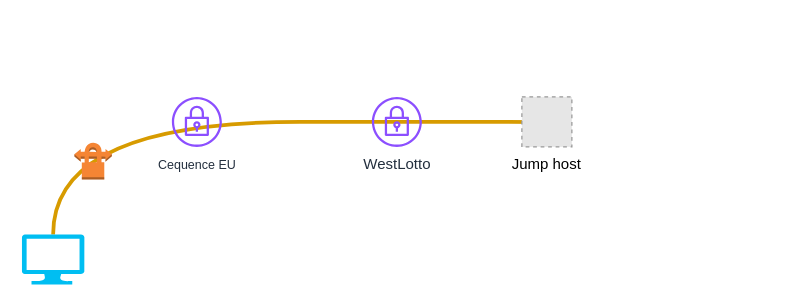
Above: Untitled Diagram.drawio in jacmathew/jacmathew (draw.io), before the change. Source tidied: cells renumbered, new cells numbered last; positions are measured from the earlier drawing's top-left corner, leaving out a move shared by most shapes. Both pictures are drawn from the tidied source at 125%, with x=0, y=0 at pixel (21, 96). Pictures stored in the file or linked from it are replaced by grey dashed boxes.
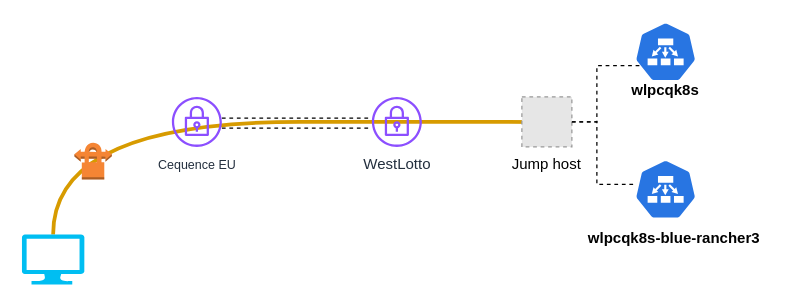
After the change.

Unchanged cells that the change refers to:
```xml
<mxCell id="5" value="Jump host" style="fillColor=#E6E6E6;strokeColor=#999999;dashed=1;verticalLabelPosition=bottom;labelBackgroundColor=default;verticalAlign=top;" parent="1" vertex="1">
  <mxGeometry x="400" width="40" height="40" as="geometry" />
</mxCell>
```

What changed in the source:
```diff
@@
+    <mxCell id="8" style="sketch=0;html=1;dashed=0;whitespace=wrap;fillColor=#2875E2;strokeColor=#ffffff;shape=mxgraph.kubernetes.icon2;prIcon=ep;" parent="1" vertex="1">
+      <mxGeometry x="490" y="-60" width="50" height="48" as="geometry" />
+    </mxCell>
+    <mxCell id="9" style="sketch=0;html=1;dashed=0;whitespace=wrap;fillColor=#2875E2;strokeColor=#ffffff;points=[[0.005,0.63,0],[0.1,0.2,0],[0.9,0.2,0],[0.5,0,0],[0.995,0.63,0],[0.72,0.99,0],[0.5,1,0],[0.28,0.99,0]];shape=mxgraph.kubernetes.icon2;prIcon=ep;" parent="1" vertex="1">
+      <mxGeometry x="490" y="50" width="50" height="48" as="geometry" />
+    </mxCell>
+    <mxCell id="10" value="&lt;b&gt;wlpcqk8s&lt;/b&gt;" style="text;html=1;align=center;verticalAlign=middle;whiteSpace=wrap;rounded=0;" parent="1" vertex="1">
+      <mxGeometry x="485" y="-20" width="60" height="30" as="geometry" />
+    </mxCell>
+    <mxCell id="11" value="&lt;b&gt;wlpcqk8s-blue-rancher3&lt;/b&gt;" style="text;html=1;align=center;verticalAlign=middle;whiteSpace=wrap;rounded=0;" parent="1" vertex="1">
+      <mxGeometry x="450" y="98" width="144" height="30" as="geometry" />
+    </mxCell>
+    <mxCell id="12" style="edgeStyle=orthogonalEdgeStyle;rounded=0;jettySize=auto;html=1;exitX=1;exitY=0.5;exitDx=0;exitDy=0;entryX=0.15;entryY=-0.167;entryDx=0;entryDy=0;entryPerimeter=0;endArrow=none;endFill=0;dashed=1;" parent="1" edge="1" source="5" target="10">
+      <mxGeometry relative="1" as="geometry">
+        <Array as="points">
+          <mxPoint x="460" y="20" />
+          <mxPoint x="460" y="-25" />
+        </Array>
+      </mxGeometry>
+    </mxCell>
+    <mxCell id="13" style="edgeStyle=orthogonalEdgeStyle;rounded=0;jettySize=auto;html=1;exitX=1;exitY=0.5;exitDx=0;exitDy=0;entryX=0;entryY=0.417;entryDx=0;entryDy=0;entryPerimeter=0;dashed=1;endArrow=none;endFill=0;" parent="1" edge="1" source="5" target="9">
+      <mxGeometry relative="1" as="geometry">
+        <Array as="points">
+          <mxPoint x="460" y="20" />
+          <mxPoint x="460" y="70" />
+        </Array>
+      </mxGeometry>
+    </mxCell>
+    <mxCell id="14" style="endArrow=none;html=1;rounded=0;dashed=1;" parent="1" edge="1">
+      <mxGeometry relative="1" as="geometry">
+        <mxPoint x="160" y="17" as="sourcePoint" />
+        <mxPoint x="280" y="17" as="targetPoint" />
+      </mxGeometry>
+    </mxCell>
+    <mxCell id="15" style="endArrow=none;html=1;rounded=0;dashed=1;" parent="1" edge="1">
+      <mxGeometry relative="1" as="geometry">
+        <mxPoint x="160" y="25" as="sourcePoint" />
+        <mxPoint x="280" y="25" as="targetPoint" />
+      </mxGeometry>
+    </mxCell>
```
